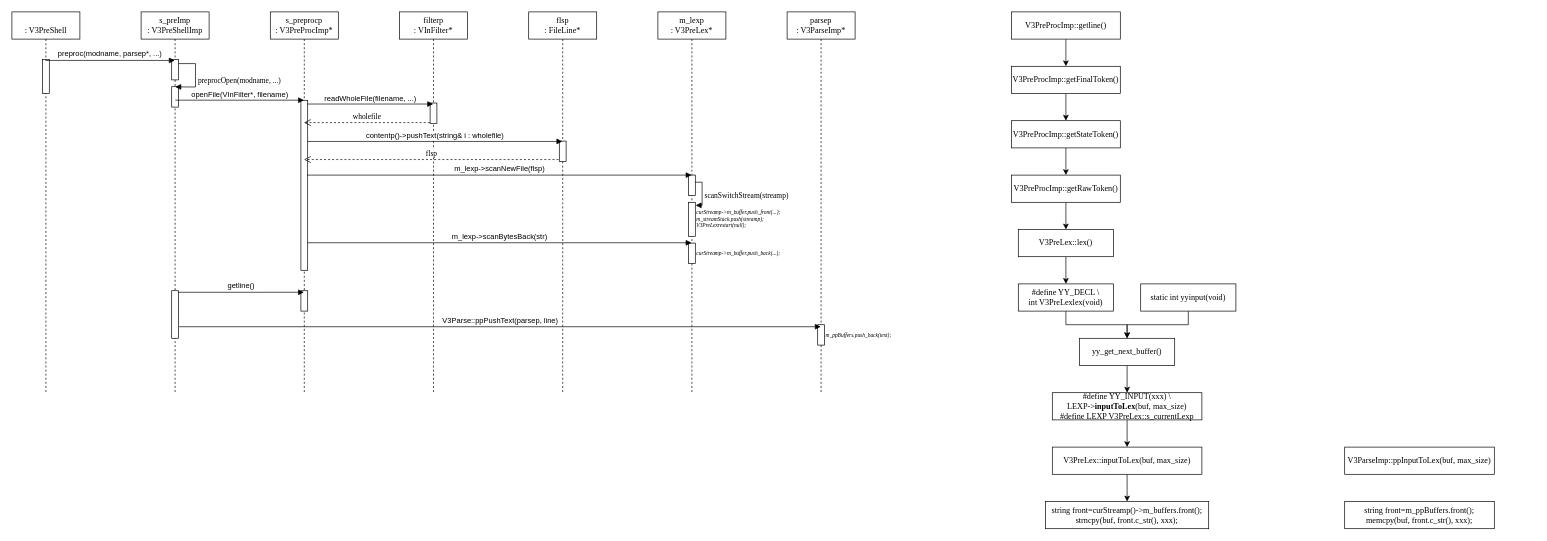
Above: verilator_digrams/YY_INPUT.drawio in Dercury/CLDK (draw.io), before the change. Source tidied: cells renumbered, new cells numbered last; positions are measured from the earlier drawing's top-left corner, leaving out a move shared by most shapes. Both pictures are drawn from the tidied source at 68%, with x=0, y=0 at pixel (12, 12).
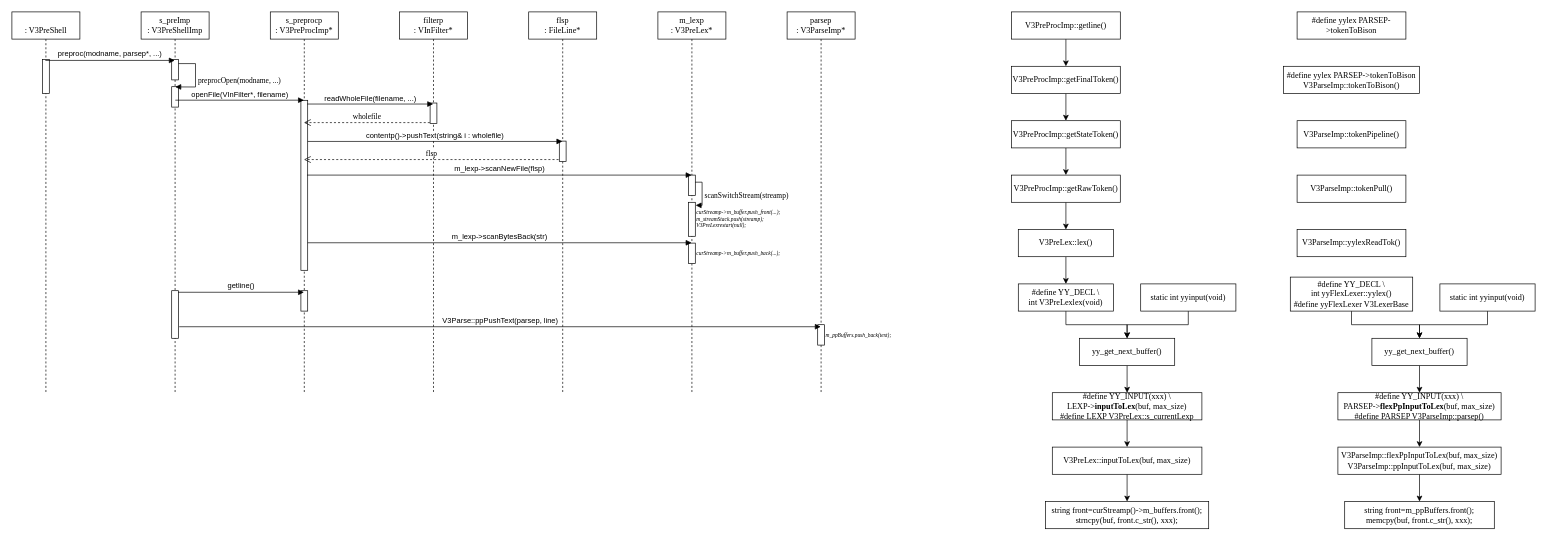
The same diagram, later.

Unchanged cells that the change refers to:
```xml
<mxCell id="57" value="string front=m_ppBuffers.front();&lt;br&gt;memcpy(buf, front.c_str(), xxx);" style="rounded=0;whiteSpace=wrap;html=1;fontFamily=Times New Roman;" parent="1" vertex="1">
  <mxGeometry x="1960" y="720" width="220" height="40" as="geometry" />
</mxCell>
```

Change to the diagram source:
```diff
@@
+    <mxCell id="59" style="edgeStyle=orthogonalEdgeStyle;rounded=0;jettySize=auto;html=1;fontFamily=Times New Roman;fontSize=6;" parent="1" edge="1" source="58" target="57">
+      <mxGeometry relative="1" as="geometry" />
+    </mxCell>
-    <mxCell id="58" value="V3ParseImp::ppInputToLex(buf, max_size)" style="rounded=0;whiteSpace=wrap;html=1;fontFamily=Times New Roman;" parent="1" vertex="1">
-      <mxGeometry x="1960" y="640" width="220" height="40" as="geometry" />
+    <mxCell id="58" value="V3ParseImp::flexPpInputToLex(buf, max_size)&lt;br&gt;V3ParseImp::ppInputToLex(buf, max_size)" style="rounded=0;whiteSpace=wrap;html=1;fontFamily=Times New Roman;" parent="1" vertex="1">
+      <mxGeometry x="1950" y="640" width="240" height="40" as="geometry" />
     </mxCell>
+    <mxCell id="60" style="edgeStyle=orthogonalEdgeStyle;rounded=0;jettySize=auto;html=1;fontFamily=Times New Roman;fontSize=6;" parent="1" edge="1" source="61" target="58">
+      <mxGeometry relative="1" as="geometry" />
+    </mxCell>
+    <mxCell id="61" value="#define YY_INPUT(xxx) \&lt;br&gt;PARSEP-&amp;gt;&lt;b&gt;flexPpInputToLex&lt;/b&gt;(buf, max_size)&lt;br&gt;#define PARSEP V3ParseImp::parsep()" style="rounded=0;whiteSpace=wrap;html=1;fontFamily=Times New Roman;" parent="1" vertex="1">
+      <mxGeometry x="1950" y="560" width="240" height="40" as="geometry" />
+    </mxCell>
+    <mxCell id="62" style="edgeStyle=orthogonalEdgeStyle;rounded=0;jettySize=auto;html=1;fontFamily=Times New Roman;fontSize=6;" parent="1" edge="1" source="63" target="61">
+      <mxGeometry relative="1" as="geometry" />
+    </mxCell>
+    <mxCell id="63" value="yy_get_next_buffer()" style="rounded=0;whiteSpace=wrap;html=1;fontFamily=Times New Roman;" parent="1" vertex="1">
+      <mxGeometry x="2000" y="480" width="140" height="40" as="geometry" />
+    </mxCell>
+    <mxCell id="64" style="edgeStyle=orthogonalEdgeStyle;rounded=0;jettySize=auto;html=1;fontFamily=Times New Roman;fontSize=6;" parent="1" edge="1" source="65" target="63">
+      <mxGeometry relative="1" as="geometry" />
+    </mxCell>
+    <mxCell id="65" value="static int yyinput(void)" style="rounded=0;whiteSpace=wrap;html=1;fontFamily=Times New Roman;" parent="1" vertex="1">
+      <mxGeometry x="2100" y="400" width="140" height="40" as="geometry" />
+    </mxCell>
+    <mxCell id="66" style="edgeStyle=orthogonalEdgeStyle;rounded=0;jettySize=auto;html=1;fontFamily=Times New Roman;fontSize=6;" parent="1" edge="1" source="67" target="63">
+      <mxGeometry relative="1" as="geometry" />
+    </mxCell>
+    <mxCell id="67" value="#define YY_DECL \&lt;br&gt;int yyFlexLexer::yylex()&lt;br&gt;#define yyFlexLexer V3LexerBase" style="rounded=0;whiteSpace=wrap;html=1;fontFamily=Times New Roman;" parent="1" vertex="1">
+      <mxGeometry x="1880" y="390" width="180" height="50" as="geometry" />
+    </mxCell>
+    <mxCell id="68" value="V3ParseImp::yylexReadTok()" style="rounded=0;whiteSpace=wrap;html=1;fontFamily=Times New Roman;" parent="1" vertex="1">
+      <mxGeometry x="1890" y="320" width="160" height="40" as="geometry" />
+    </mxCell>
+    <mxCell id="69" value="V3ParseImp::tokenPull()" style="rounded=0;whiteSpace=wrap;html=1;fontFamily=Times New Roman;" parent="1" vertex="1">
+      <mxGeometry x="1890" y="240" width="160" height="40" as="geometry" />
+    </mxCell>
+    <mxCell id="70" value="V3ParseImp::tokenPipeline()" style="rounded=0;whiteSpace=wrap;html=1;fontFamily=Times New Roman;" parent="1" vertex="1">
+      <mxGeometry x="1890" y="160" width="160" height="40" as="geometry" />
+    </mxCell>
+    <mxCell id="71" value="#define yylex PARSEP-&amp;gt;tokenToBison&lt;br&gt;V3ParseImp::tokenToBison()" style="rounded=0;whiteSpace=wrap;html=1;fontFamily=Times New Roman;" parent="1" vertex="1">
+      <mxGeometry x="1870" y="80" width="200" height="40" as="geometry" />
+    </mxCell>
+    <mxCell id="72" value="#define yylex PARSEP-&amp;gt;tokenToBison" style="rounded=0;whiteSpace=wrap;html=1;fontFamily=Times New Roman;" parent="1" vertex="1">
+      <mxGeometry x="1890" width="160" height="40" as="geometry" />
+    </mxCell>
```
